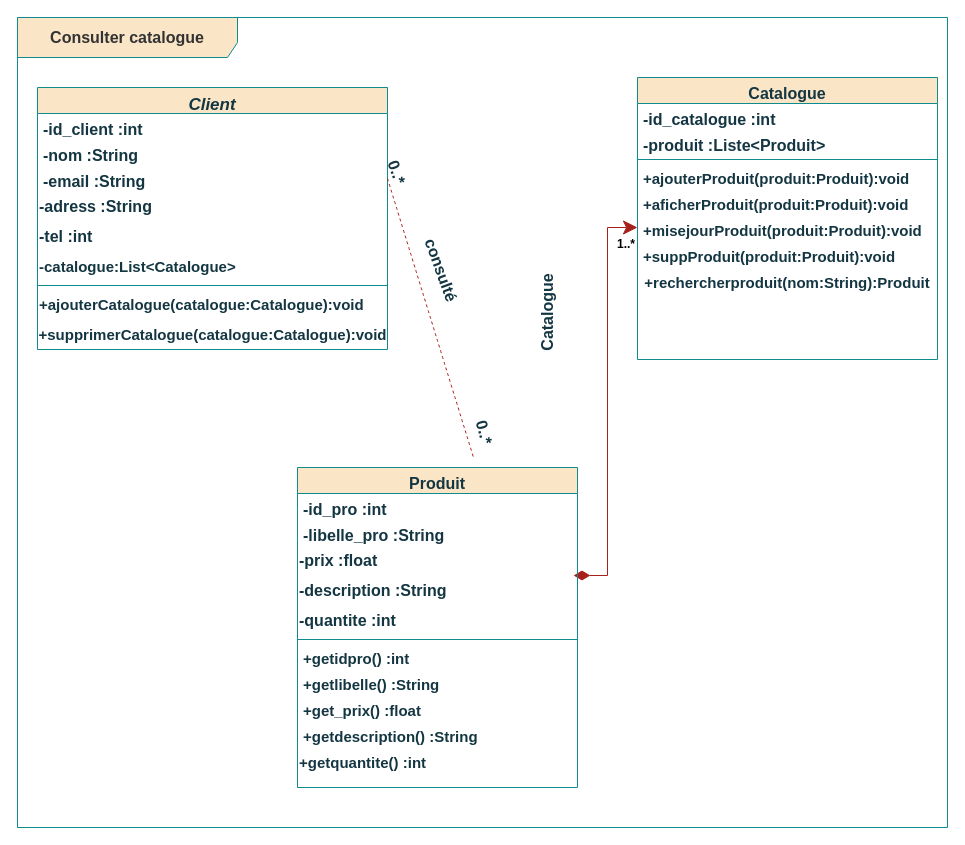
Above: page "Page-1" (1 of 3) of Class Diagram.drawio in hananemazyan/DIAGRAMS (draw.io), before the change. Source tidied: cells renumbered, new cells numbered last; positions are measured from the earlier drawing's top-left corner, leaving out a move shared by most shapes. Both pictures are drawn from the tidied source at 100%, with x=0, y=0 at pixel (17, 17).
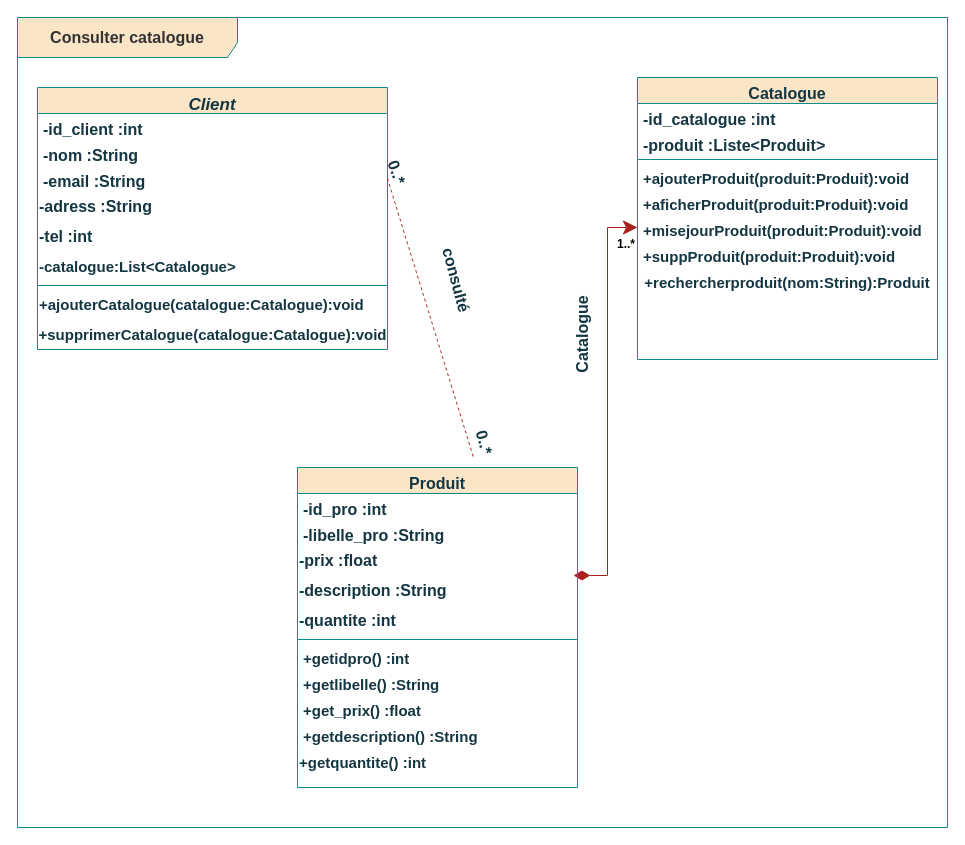
Above is the later version.

Change to the diagram source:
```diff
@@
-    <mxCell id="35" value="&lt;b&gt;consulté&amp;nbsp;&lt;/b&gt;" style="text;strokeColor=none;fillColor=none;html=1;align=center;verticalAlign=middle;whiteSpace=wrap;rounded=0;fontSize=16;rotation=70;labelBackgroundColor=none;fontColor=#143642;" parent="1" vertex="1">
-      <mxGeometry x="355" y="240" width="140" height="30" as="geometry" />
+    <mxCell id="35" value="&lt;b&gt;consulté&amp;nbsp;&lt;/b&gt;" style="text;strokeColor=none;fillColor=none;html=1;align=center;verticalAlign=middle;whiteSpace=wrap;rounded=0;fontSize=16;rotation=75;labelBackgroundColor=none;fontColor=#143642;" parent="1" vertex="1">
+      <mxGeometry x="370" y="250" width="140" height="30" as="geometry" />
     </mxCell>
@@
     <mxCell id="37" value="&lt;b&gt;Catalogue&lt;/b&gt;" style="text;strokeColor=none;fillColor=none;html=1;align=center;verticalAlign=middle;whiteSpace=wrap;rounded=0;fontSize=16;rotation=-90;labelBackgroundColor=none;fontColor=#143642;" parent="1" vertex="1">
-      <mxGeometry x="460" y="280" width="140" height="30" as="geometry" />
+      <mxGeometry x="495" y="302" width="140" height="30" as="geometry" />
     </mxCell>
@@
     <mxCell id="39" value="&lt;b&gt;0..*&lt;/b&gt;" style="text;strokeColor=none;fillColor=none;html=1;align=center;verticalAlign=middle;whiteSpace=wrap;rounded=0;fontSize=16;rotation=75;labelBackgroundColor=none;fontColor=#143642;" parent="1" vertex="1">
-      <mxGeometry x="440" y="400" width="55" height="30" as="geometry" />
+      <mxGeometry x="440" y="410" width="55" height="30" as="geometry" />
     </mxCell>
```
